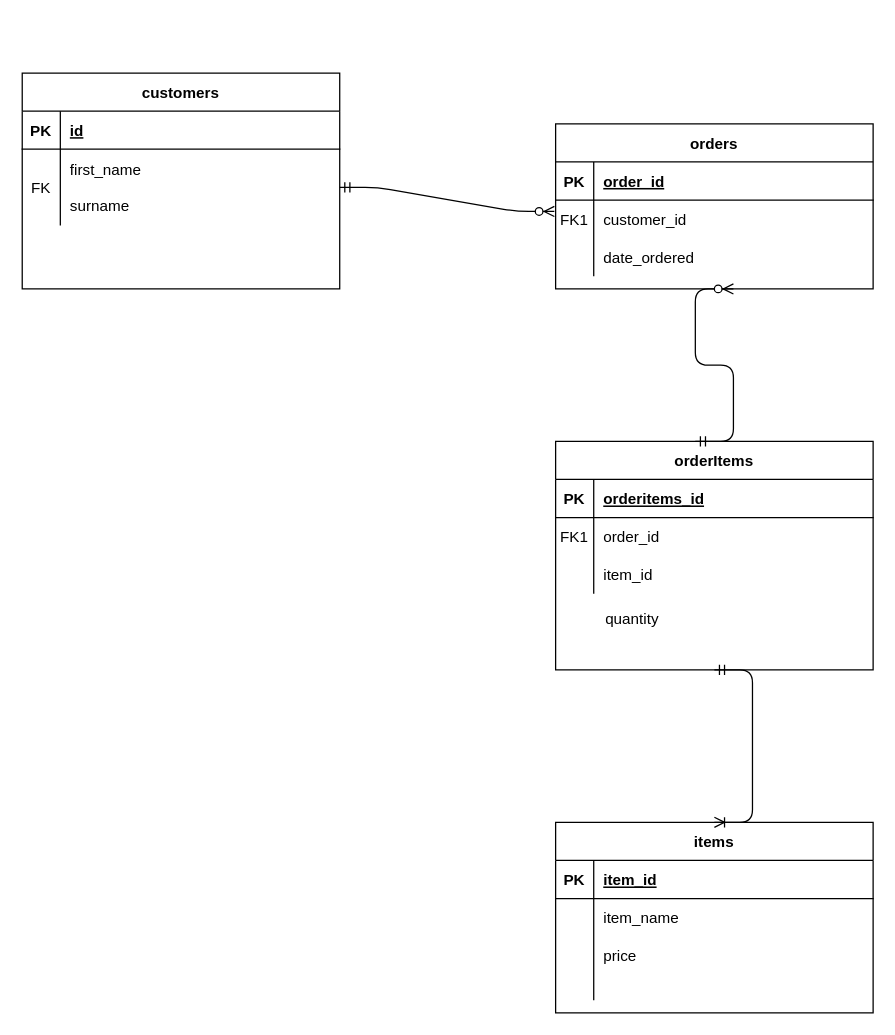
The draw.io diagram Project Documents/ERD diagram.drawio in mattgarbettQA/ims-demo, before the edit. Source tidied: cells renumbered, new cells numbered last; positions are measured from the earlier drawing's top-left corner, leaving out a move shared by most shapes. Both pictures are drawn from the tidied source at 127%, with x=0, y=0 at pixel (22, 72).
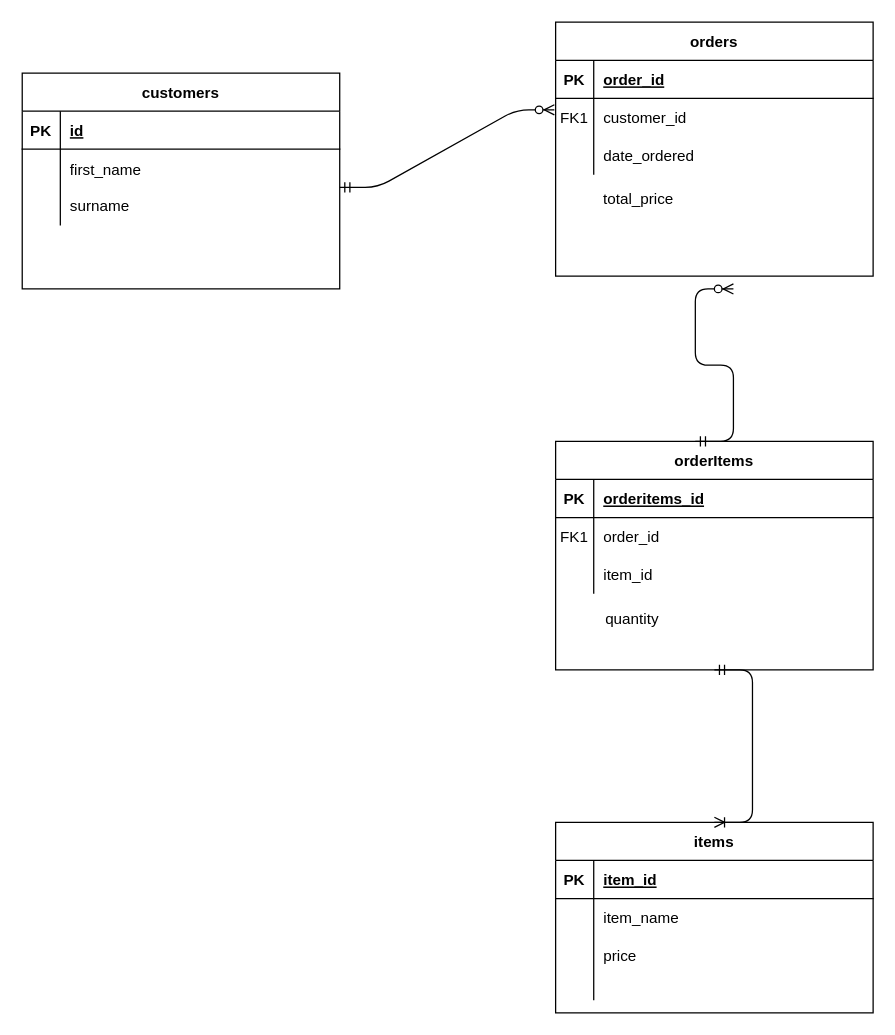
The same diagram, later.

Unchanged cells that the change refers to:
```xml
<mxCell id="26" style="shape=partialRectangle;fillColor=none;points=[[0,0.5],[1,0.5]];portConstraint=eastwest;top=0;left=0;right=0;bottom=0;" parent="22" vertex="1">
  <mxGeometry y="60" width="250" height="60" as="geometry" />
</mxCell>
```

The edit, as a diff of the source:
```diff
@@
     <mxCell id="2" value="orders" style="shape=table;startSize=30;childLayout=tableLayout;rowLines=0;fontStyle=1;align=center;" parent="1" vertex="1">
-      <mxGeometry x="420" y="40" width="250" height="130" as="geometry" />
+      <mxGeometry x="420" y="-40" width="250" height="200" as="geometry" />
     </mxCell>
@@
-    <mxCell id="27" value="FK" style="shape=partialRectangle;overflow=hidden;fillColor=none;top=0;left=0;bottom=0;right=0;" parent="26" vertex="1">
+    <mxCell id="27" style="shape=partialRectangle;overflow=hidden;fillColor=none;top=0;left=0;bottom=0;right=0;" parent="26" vertex="1">
       <mxGeometry width="30" height="60" as="geometry" />
     </mxCell>
@@
+    <mxCell id="46" value="total_price" style="text;html=1;align=center;verticalAlign=middle;" parent="1" vertex="1">
+      <mxGeometry x="450" y="90" width="70" height="20" as="geometry" />
+    </mxCell>
```
